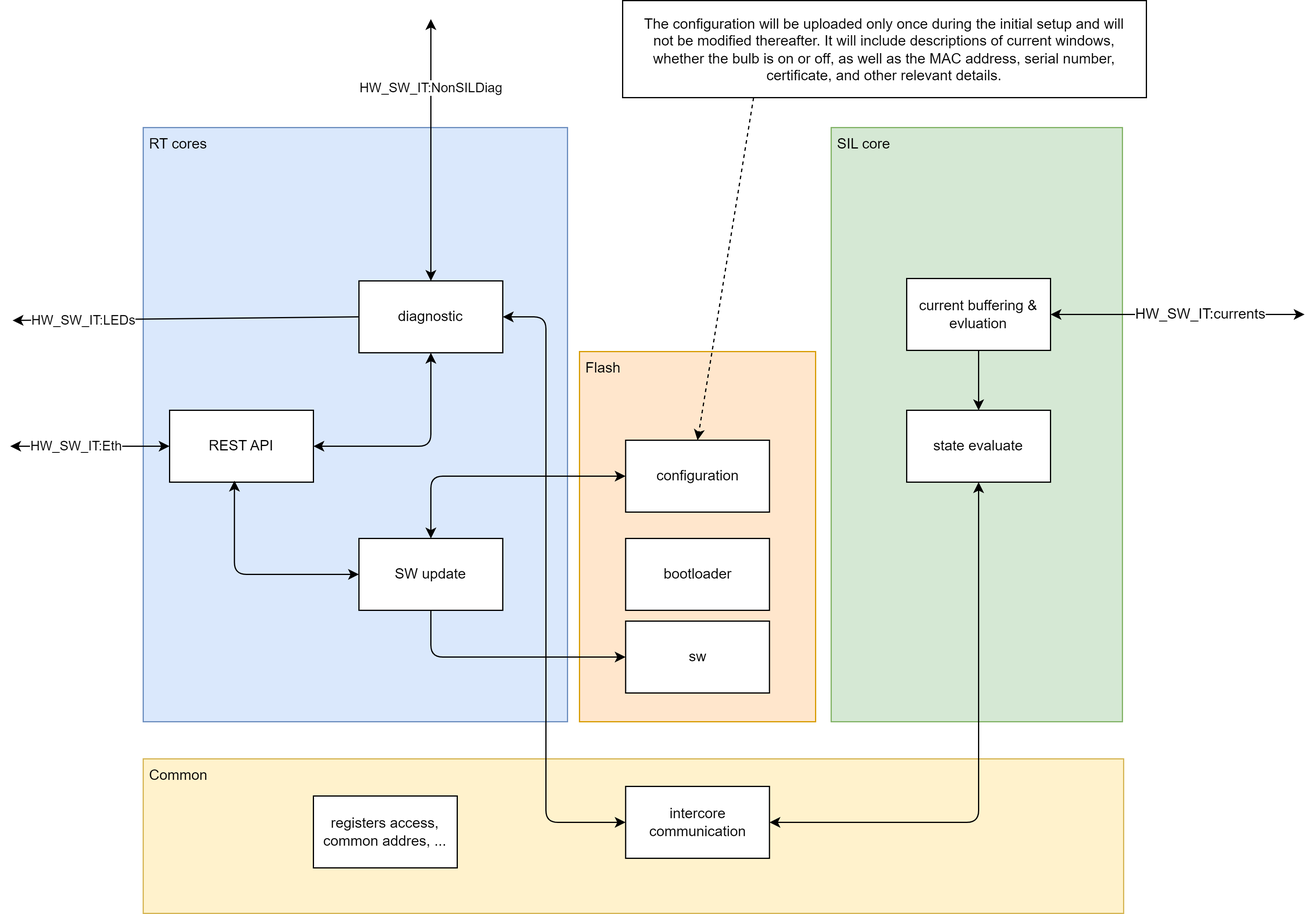
Before: img/05-sw-architecture.png, a diagram exported from draw.io (petrkucerak/diplom-thesis). Source tidied: cells renumbered, new cells last; positions are measured from the earlier drawing's top-left corner, leaving out a move shared by most shapes.
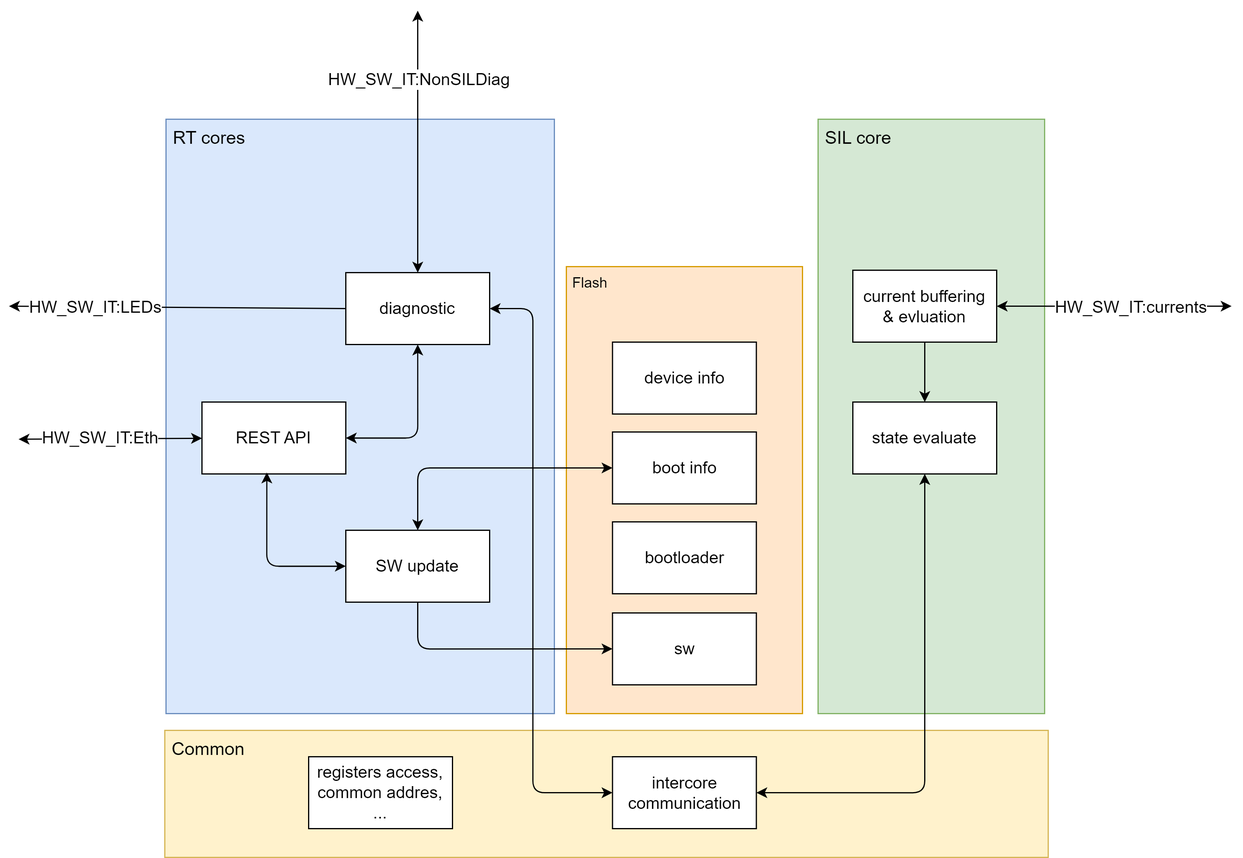
Later version of the same file.

Diff of the diagram source:
```diff
@@ -2,117 +2,114 @@
   <root>
     <mxCell id="0" />
     <mxCell id="1" parent="0" />
-    <mxCell id="2" value="&amp;nbsp;RT cores" style="rounded=0;whiteSpace=wrap;html=1;fillColor=#dae8fc;strokeColor=#6c8ebf;align=left;verticalAlign=top;" parent="1" vertex="1">
-      <mxGeometry x="111" y="106" width="354" height="496" as="geometry" />
+    <mxCell id="2" value="&amp;nbsp;RT cores" style="rounded=0;whiteSpace=wrap;html=1;fillColor=#dae8fc;strokeColor=#6c8ebf;align=left;verticalAlign=top;fontSize=15;" parent="1" vertex="1">
+      <mxGeometry x="141" y="106" width="324" height="496" as="geometry" />
     </mxCell>
-    <mxCell id="3" value="&amp;nbsp;SIL core" style="rounded=0;whiteSpace=wrap;html=1;fillColor=#d5e8d4;strokeColor=#82b366;align=left;verticalAlign=top;" parent="1" vertex="1">
-      <mxGeometry x="685" y="106" width="243" height="496" as="geometry" />
+    <mxCell id="3" value="&amp;nbsp;SIL core" style="rounded=0;whiteSpace=wrap;html=1;fillColor=#d5e8d4;strokeColor=#82b366;align=left;verticalAlign=top;fontSize=15;" parent="1" vertex="1">
+      <mxGeometry x="685" y="106" width="189" height="496" as="geometry" />
     </mxCell>
-    <mxCell id="4" value="&amp;nbsp;Common" style="rounded=0;whiteSpace=wrap;html=1;fillColor=#fff2cc;strokeColor=#d6b656;align=left;verticalAlign=top;" parent="1" vertex="1">
-      <mxGeometry x="111" y="633" width="818" height="129" as="geometry" />
+    <mxCell id="4" value="&amp;nbsp;Common" style="rounded=0;whiteSpace=wrap;html=1;fillColor=#fff2cc;strokeColor=#d6b656;align=left;verticalAlign=top;fontSize=15;" parent="1" vertex="1">
+      <mxGeometry x="140" y="616" width="737" height="106" as="geometry" />
     </mxCell>
-    <mxCell id="5" style="edgeStyle=none;html=1;startArrow=classic;startFill=1;" parent="1" edge="1" source="8">
+    <mxCell id="5" style="edgeStyle=none;html=1;startArrow=classic;startFill=1;fontSize=14;" parent="1" edge="1" source="8">
       <mxGeometry relative="1" as="geometry">
-        <mxPoint y="372" as="targetPoint" />
+        <mxPoint x="18" y="373" as="targetPoint" />
       </mxGeometry>
     </mxCell>
-    <mxCell id="6" value="HW_SW_IT:Eth" style="edgeLabel;html=1;align=center;verticalAlign=middle;" parent="5" vertex="1">
+    <mxCell id="6" value="HW_SW_IT:Eth" style="edgeLabel;html=1;align=center;verticalAlign=middle;fontSize=14;" parent="5" vertex="1">
       <mxGeometry x="0.61" y="-2" relative="1" as="geometry">
-        <mxPoint x="29" y="2" as="offset" />
+        <mxPoint x="38" y="1" as="offset" />
       </mxGeometry>
     </mxCell>
-    <mxCell id="7" style="edgeStyle=orthogonalEdgeStyle;html=1;exitX=1;exitY=0.5;exitDx=0;exitDy=0;entryX=0.5;entryY=1;entryDx=0;entryDy=0;startArrow=classic;startFill=1;" parent="1" edge="1" source="8" target="14">
+    <mxCell id="7" style="edgeStyle=orthogonalEdgeStyle;html=1;exitX=1;exitY=0.5;exitDx=0;exitDy=0;entryX=0.5;entryY=1;entryDx=0;entryDy=0;startArrow=classic;startFill=1;fontSize=14;" parent="1" edge="1" source="8" target="14">
       <mxGeometry relative="1" as="geometry" />
     </mxCell>
-    <mxCell id="8" value="REST API" style="rounded=0;whiteSpace=wrap;html=1;" parent="1" vertex="1">
-      <mxGeometry x="133" y="342" width="120" height="60" as="geometry" />
+    <mxCell id="8" value="REST API" style="rounded=0;whiteSpace=wrap;html=1;fontSize=14;" parent="1" vertex="1">
+      <mxGeometry x="171" y="342" width="120" height="60" as="geometry" />
     </mxCell>
-    <mxCell id="9" style="edgeStyle=none;html=1;exitX=0;exitY=0.5;exitDx=0;exitDy=0;" parent="1" edge="1" source="14">
+    <mxCell id="9" style="edgeStyle=none;html=1;exitX=0;exitY=0.5;exitDx=0;exitDy=0;fontSize=14;" parent="1" edge="1" source="14">
       <mxGeometry relative="1" as="geometry">
-        <mxPoint x="2" y="267" as="targetPoint" />
+        <mxPoint x="10" y="262" as="targetPoint" />
       </mxGeometry>
     </mxCell>
-    <mxCell id="10" value="HW_SW_IT:LEDs" style="edgeLabel;html=1;align=center;verticalAlign=middle;" parent="9" vertex="1">
+    <mxCell id="10" value="HW_SW_IT:LEDs" style="edgeLabel;html=1;align=center;verticalAlign=middle;fontSize=14;" parent="9" vertex="1">
       <mxGeometry x="0.83" y="1" relative="1" as="geometry">
-        <mxPoint x="34" y="-1" as="offset" />
+        <mxPoint x="47" y="-1" as="offset" />
       </mxGeometry>
     </mxCell>
-    <mxCell id="11" style="edgeStyle=none;html=1;exitX=0.5;exitY=0;exitDx=0;exitDy=0;startArrow=classic;startFill=1;" parent="1" edge="1" source="14">
+    <mxCell id="11" style="edgeStyle=none;html=1;exitX=0.5;exitY=0;exitDx=0;exitDy=0;startArrow=classic;startFill=1;fontSize=14;" parent="1" edge="1" source="14">
       <mxGeometry relative="1" as="geometry">
         <mxPoint x="351" y="15.4" as="targetPoint" />
       </mxGeometry>
     </mxCell>
-    <mxCell id="12" value="&lt;span style=&quot;color: rgb(0, 0, 0);&quot;&gt;HW_SW_IT:NonSILDiag&lt;/span&gt;" style="edgeLabel;html=1;align=center;verticalAlign=middle;" parent="11" vertex="1">
+    <mxCell id="12" value="&lt;span style=&quot;color: rgb(0, 0, 0);&quot;&gt;HW_SW_IT:NonSILDiag&lt;/span&gt;" style="edgeLabel;html=1;align=center;verticalAlign=middle;fontSize=14;" parent="11" vertex="1">
       <mxGeometry x="0.48" relative="1" as="geometry" />
     </mxCell>
-    <mxCell id="13" style="edgeStyle=orthogonalEdgeStyle;html=1;exitX=1;exitY=0.5;exitDx=0;exitDy=0;entryX=0;entryY=0.5;entryDx=0;entryDy=0;startArrow=classic;startFill=1;" parent="1" edge="1" source="14" target="22">
+    <mxCell id="13" style="edgeStyle=orthogonalEdgeStyle;html=1;exitX=1;exitY=0.5;exitDx=0;exitDy=0;entryX=0;entryY=0.5;entryDx=0;entryDy=0;startArrow=classic;startFill=1;fontSize=14;" parent="1" edge="1" source="14" target="22">
       <mxGeometry relative="1" as="geometry">
         <Array as="points">
           <mxPoint x="447" y="264" />
-          <mxPoint x="447" y="686" />
+          <mxPoint x="447" y="668" />
         </Array>
       </mxGeometry>
     </mxCell>
-    <mxCell id="14" value="diagnostic" style="rounded=0;whiteSpace=wrap;html=1;" parent="1" vertex="1">
+    <mxCell id="14" value="diagnostic" style="rounded=0;whiteSpace=wrap;html=1;fontSize=14;" parent="1" vertex="1">
       <mxGeometry x="291" y="234" width="120" height="60" as="geometry" />
     </mxCell>
-    <mxCell id="15" value="SW update" style="rounded=0;whiteSpace=wrap;html=1;" parent="1" vertex="1">
+    <mxCell id="15" value="SW update" style="rounded=0;whiteSpace=wrap;html=1;fontSize=14;" parent="1" vertex="1">
       <mxGeometry x="291" y="449" width="120" height="60" as="geometry" />
     </mxCell>
-    <mxCell id="16" style="edgeStyle=orthogonalEdgeStyle;html=1;exitX=0;exitY=0.5;exitDx=0;exitDy=0;entryX=0.451;entryY=0.979;entryDx=0;entryDy=0;entryPerimeter=0;startArrow=classic;startFill=1;" parent="1" edge="1" source="15" target="8">
+    <mxCell id="16" style="edgeStyle=orthogonalEdgeStyle;html=1;exitX=0;exitY=0.5;exitDx=0;exitDy=0;entryX=0.451;entryY=0.979;entryDx=0;entryDy=0;entryPerimeter=0;startArrow=classic;startFill=1;fontSize=14;" parent="1" edge="1" source="15" target="8">
       <mxGeometry relative="1" as="geometry" />
     </mxCell>
     <mxCell id="17" value="&amp;nbsp;Flash" style="rounded=0;whiteSpace=wrap;html=1;fillColor=#ffe6cc;strokeColor=#d79b00;align=left;verticalAlign=top;" parent="1" vertex="1">
-      <mxGeometry x="475" y="293" width="197" height="309" as="geometry" />
+      <mxGeometry x="475" y="229" width="197" height="373" as="geometry" />
     </mxCell>
-    <mxCell id="18" value="configuration" style="rounded=0;whiteSpace=wrap;html=1;" parent="1" vertex="1">
+    <mxCell id="18" value="boot info" style="rounded=0;whiteSpace=wrap;html=1;fontSize=14;" parent="1" vertex="1">
       <mxGeometry x="513.5" y="367" width="120" height="60" as="geometry" />
     </mxCell>
-    <mxCell id="19" value="bootloader" style="rounded=0;whiteSpace=wrap;html=1;" parent="1" vertex="1">
-      <mxGeometry x="513.5" y="449" width="120" height="60" as="geometry" />
+    <mxCell id="19" value="bootloader" style="rounded=0;whiteSpace=wrap;html=1;fontSize=14;" parent="1" vertex="1">
+      <mxGeometry x="513.5" y="442" width="120" height="60" as="geometry" />
     </mxCell>
-    <mxCell id="20" value="sw" style="rounded=0;whiteSpace=wrap;html=1;" parent="1" vertex="1">
+    <mxCell id="20" value="sw" style="rounded=0;whiteSpace=wrap;html=1;fontSize=14;" parent="1" vertex="1">
       <mxGeometry x="513.5" y="518" width="120" height="60" as="geometry" />
     </mxCell>
-    <mxCell id="21" style="edgeStyle=orthogonalEdgeStyle;html=1;exitX=0.5;exitY=1;exitDx=0;exitDy=0;entryX=0;entryY=0.5;entryDx=0;entryDy=0;" parent="1" edge="1" source="15" target="20">
+    <mxCell id="21" style="edgeStyle=orthogonalEdgeStyle;html=1;exitX=0.5;exitY=1;exitDx=0;exitDy=0;entryX=0;entryY=0.5;entryDx=0;entryDy=0;fontSize=14;" parent="1" edge="1" source="15" target="20">
       <mxGeometry relative="1" as="geometry" />
     </mxCell>
-    <mxCell id="22" value="intercore communication" style="rounded=0;whiteSpace=wrap;html=1;" parent="1" vertex="1">
-      <mxGeometry x="513.5" y="656" width="120" height="60" as="geometry" />
+    <mxCell id="22" value="intercore communication" style="rounded=0;whiteSpace=wrap;html=1;fontSize=14;" parent="1" vertex="1">
+      <mxGeometry x="513.5" y="638" width="120" height="60" as="geometry" />
     </mxCell>
-    <mxCell id="23" style="edgeStyle=orthogonalEdgeStyle;html=1;exitX=0.5;exitY=0;exitDx=0;exitDy=0;entryX=0;entryY=0.5;entryDx=0;entryDy=0;startArrow=classic;startFill=1;" parent="1" edge="1" source="15" target="18">
+    <mxCell id="23" style="edgeStyle=orthogonalEdgeStyle;html=1;exitX=0.5;exitY=0;exitDx=0;exitDy=0;entryX=0;entryY=0.5;entryDx=0;entryDy=0;startArrow=classic;startFill=1;fontSize=14;" parent="1" edge="1" source="15" target="18">
       <mxGeometry relative="1" as="geometry" />
     </mxCell>
-    <mxCell id="24" style="edgeStyle=none;html=1;exitX=1;exitY=0.5;exitDx=0;exitDy=0;fontFamily=Helvetica;fontSize=12;fontColor=default;startArrow=classic;startFill=1;endArrow=classic;endFill=1;" parent="1" edge="1" source="27">
+    <mxCell id="24" style="edgeStyle=none;html=1;exitX=1;exitY=0.5;exitDx=0;exitDy=0;fontFamily=Helvetica;fontSize=14;fontColor=default;startArrow=classic;startFill=1;endArrow=classic;endFill=1;" parent="1" edge="1" source="27">
       <mxGeometry relative="1" as="geometry">
-        <mxPoint x="1080" y="262" as="targetPoint" />
+        <mxPoint x="1030" y="262" as="targetPoint" />
       </mxGeometry>
     </mxCell>
-    <mxCell id="25" value="HW_SW_IT:currents" style="edgeLabel;html=1;align=center;verticalAlign=middle;rounded=0;strokeColor=#82b366;fontFamily=Helvetica;fontSize=12;fontColor=default;fillColor=#d5e8d4;" parent="24" vertex="1">
+    <mxCell id="25" value="HW_SW_IT:currents" style="edgeLabel;html=1;align=center;verticalAlign=middle;rounded=0;strokeColor=#82b366;fontFamily=Helvetica;fontSize=14;fontColor=default;fillColor=#d5e8d4;" parent="24" vertex="1">
       <mxGeometry x="0.24" y="1" relative="1" as="geometry">
-        <mxPoint x="-7" y="1" as="offset" />
+        <mxPoint x="-10" y="1" as="offset" />
       </mxGeometry>
     </mxCell>
-    <mxCell id="26" style="edgeStyle=none;html=1;exitX=0.5;exitY=1;exitDx=0;exitDy=0;fontFamily=Helvetica;fontSize=12;fontColor=default;" parent="1" edge="1" source="27" target="29">
+    <mxCell id="26" style="edgeStyle=none;html=1;exitX=0.5;exitY=1;exitDx=0;exitDy=0;fontFamily=Helvetica;fontSize=14;fontColor=default;" parent="1" edge="1" source="27" target="29">
       <mxGeometry relative="1" as="geometry" />
     </mxCell>
-    <mxCell id="27" value="current buffering &amp;amp; evluation" style="rounded=0;whiteSpace=wrap;html=1;" parent="1" vertex="1">
-      <mxGeometry x="748" y="232" width="120" height="60" as="geometry" />
+    <mxCell id="27" value="current buffering&lt;br&gt;&amp;amp; evluation" style="rounded=0;whiteSpace=wrap;html=1;fontSize=14;" parent="1" vertex="1">
+      <mxGeometry x="714" y="232" width="120" height="60" as="geometry" />
     </mxCell>
-    <mxCell id="28" style="edgeStyle=orthogonalEdgeStyle;html=1;exitX=0.5;exitY=1;exitDx=0;exitDy=0;entryX=1;entryY=0.5;entryDx=0;entryDy=0;fontFamily=Helvetica;fontSize=12;fontColor=default;startArrow=classic;startFill=1;" parent="1" edge="1" source="29" target="22">
+    <mxCell id="28" style="edgeStyle=orthogonalEdgeStyle;html=1;exitX=0.5;exitY=1;exitDx=0;exitDy=0;entryX=1;entryY=0.5;entryDx=0;entryDy=0;fontFamily=Helvetica;fontSize=14;fontColor=default;startArrow=classic;startFill=1;" parent="1" edge="1" source="29" target="22">
       <mxGeometry relative="1" as="geometry" />
     </mxCell>
-    <mxCell id="29" value="state evaluate" style="rounded=0;whiteSpace=wrap;html=1;" parent="1" vertex="1">
-      <mxGeometry x="748" y="342" width="120" height="60" as="geometry" />
+    <mxCell id="29" value="state evaluate" style="rounded=0;whiteSpace=wrap;html=1;fontSize=14;" parent="1" vertex="1">
+      <mxGeometry x="714" y="342" width="120" height="60" as="geometry" />
     </mxCell>
-    <mxCell id="30" value="registers access, common addres, ..." style="rounded=0;whiteSpace=wrap;html=1;" parent="1" vertex="1">
-      <mxGeometry x="253" y="664" width="120" height="60" as="geometry" />
+    <mxCell id="30" value="registers access, common addres, ..." style="rounded=0;whiteSpace=wrap;html=1;fontSize=14;" parent="1" vertex="1">
+      <mxGeometry x="260" y="638" width="120" height="60" as="geometry" />
     </mxCell>
-    <mxCell id="31" style="edgeStyle=none;html=1;exitX=0.25;exitY=1;exitDx=0;exitDy=0;entryX=0.5;entryY=0;entryDx=0;entryDy=0;dashed=1;" parent="1" edge="1" source="32" target="18">
-      <mxGeometry relative="1" as="geometry" />
+    <mxCell id="31" value="device info" style="rounded=0;whiteSpace=wrap;html=1;fontSize=14;" parent="1" vertex="1">
+      <mxGeometry x="513.5" y="292" width="120" height="60" as="geometry" />
     </mxCell>
-    <mxCell id="32" value="The configuration will be uploaded only once during the initial setup and will not be modified thereafter. It will include descriptions of current windows, whether the bulb is on or off, as well as the MAC address, serial number, certificate, and other relevant details." style="rounded=0;whiteSpace=wrap;html=1;spacing=12;" parent="1" vertex="1">
-      <mxGeometry x="511" width="437" height="81" as="geometry" />
-    </mxCell>
   </root>
 </mxGraphModel>
```
